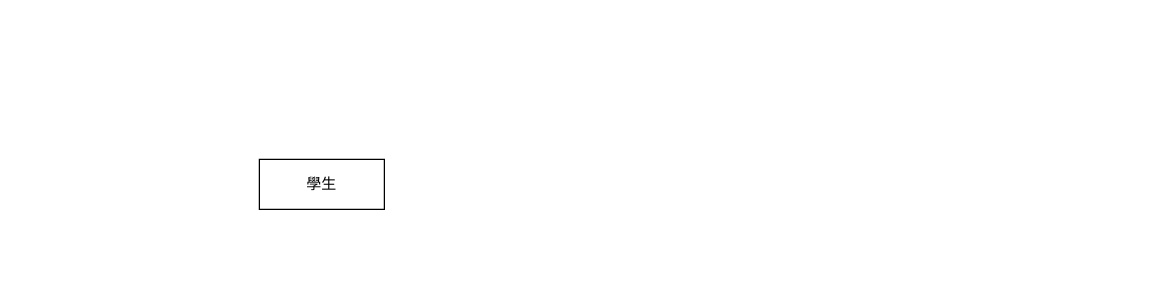
Before: page "ER model" (1 of 3) of 作業/資料庫/模型.drawio in NTX8205/School_project, a draw.io diagram. Source tidied: cells renumbered, new cells numbered last; positions are measured from the earlier drawing's top-left corner, leaving out a move shared by most shapes. Both pictures are drawn from the tidied source at 125%, with x=0, y=0 at pixel (259, 159).
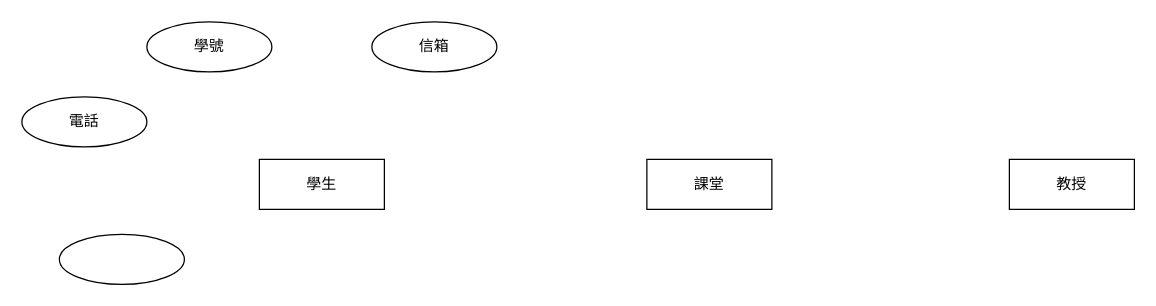
After the change.

Diff of the diagram source:
```diff
@@
 <mxGraphModel>
   <root>
     <mxCell id="0" />
     <mxCell id="1" parent="0" />
     <mxCell id="2" value="學生" style="whiteSpace=wrap;html=1;align=center;" parent="1" vertex="1">
       <mxGeometry width="100" height="40" as="geometry" />
     </mxCell>
+    <mxCell id="3" value="課堂" style="whiteSpace=wrap;html=1;align=center;" parent="1" vertex="1">
+      <mxGeometry x="310" width="100" height="40" as="geometry" />
+    </mxCell>
+    <mxCell id="4" value="教授" style="whiteSpace=wrap;html=1;align=center;" parent="1" vertex="1">
+      <mxGeometry x="600" width="100" height="40" as="geometry" />
+    </mxCell>
+    <mxCell id="5" value="學號" style="ellipse;whiteSpace=wrap;html=1;align=center;" parent="1" vertex="1">
+      <mxGeometry x="-90" y="-110" width="100" height="40" as="geometry" />
+    </mxCell>
+    <mxCell id="6" value="信箱" style="ellipse;whiteSpace=wrap;html=1;align=center;" parent="1" vertex="1">
+      <mxGeometry x="90" y="-110" width="100" height="40" as="geometry" />
+    </mxCell>
+    <mxCell id="7" value="電話" style="ellipse;whiteSpace=wrap;html=1;align=center;" parent="1" vertex="1">
+      <mxGeometry x="-190" y="-50" width="100" height="40" as="geometry" />
+    </mxCell>
+    <mxCell id="8" style="ellipse;whiteSpace=wrap;html=1;align=center;" parent="1" vertex="1">
+      <mxGeometry x="-160" y="60" width="100" height="40" as="geometry" />
+    </mxCell>
   </root>
 </mxGraphModel>
```
